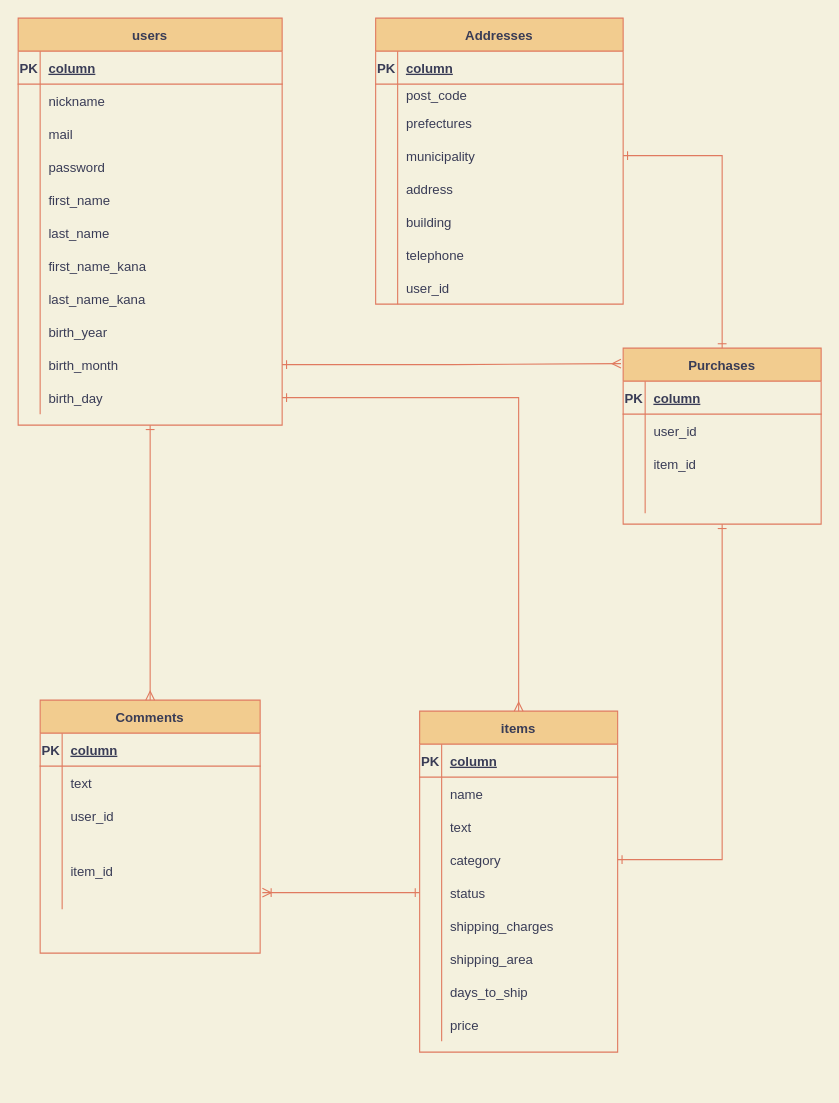
uki-88/furima-35030 keeps this draw.io diagram as .dio. Above is the earlier version. Source tidied: cells renumbered, new cells numbered last; positions are measured from the earlier drawing's top-left corner, leaving out a move shared by most shapes. Both pictures are drawn from the tidied source at 110%, with x=0, y=0 at pixel (18, 18).
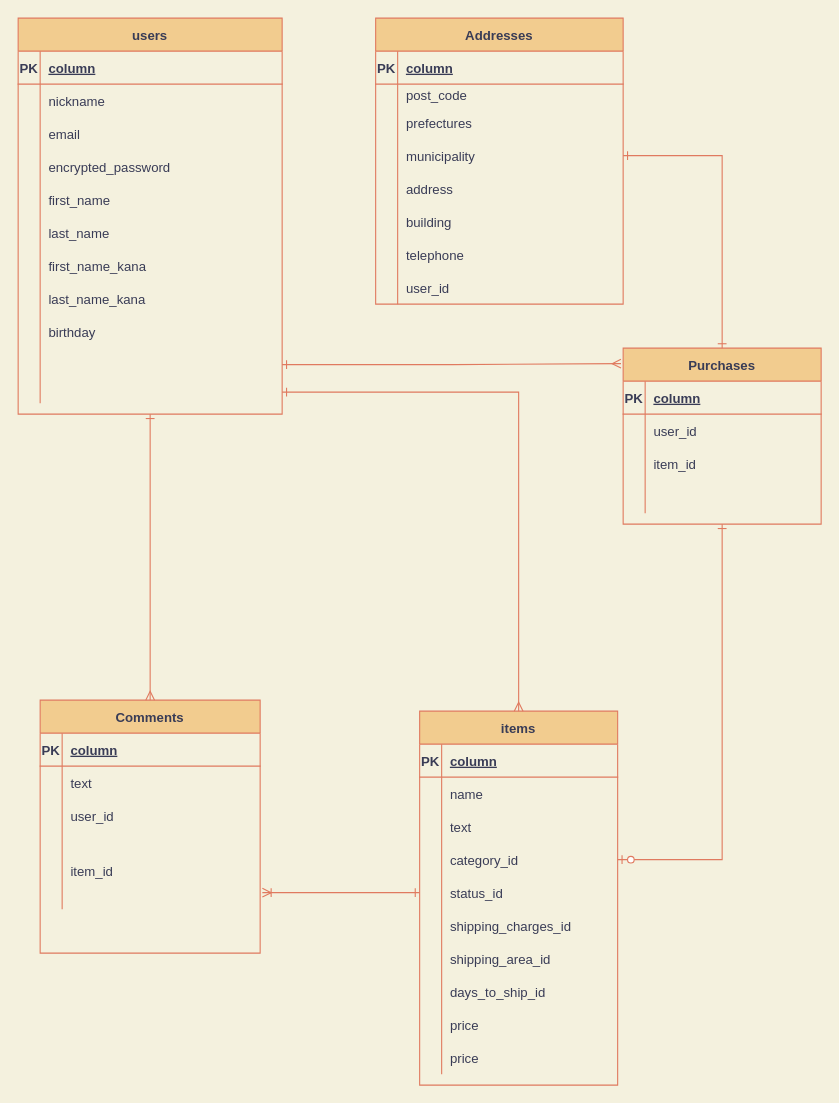
After the change.

Commit message (it also covers changes not shown here):
テーブル設計の修正Part3

Unchanged cells that the change refers to:
```xml
<mxCell id="50" style="shape=partialRectangle;fillColor=none;top=0;left=0;bottom=0;right=0;points=[[0,0.5],[1,0.5]];portConstraint=eastwest;strokeColor=#E07A5F;fontColor=#393C56;" parent="40" vertex="1">
  <mxGeometry y="120" width="180" height="30" as="geometry" />
</mxCell>
<mxCell id="53" style="shape=partialRectangle;fillColor=none;top=0;left=0;bottom=0;right=0;points=[[0,0.5],[1,0.5]];portConstraint=eastwest;strokeColor=#E07A5F;fontColor=#393C56;" parent="40" vertex="1">
  <mxGeometry y="150" width="180" height="30" as="geometry" />
</mxCell>
<mxCell id="56" style="shape=partialRectangle;fillColor=none;top=0;left=0;bottom=0;right=0;strokeColor=#E07A5F;fontColor=#393C56;" parent="40" vertex="1">
  <mxGeometry y="180" width="180" height="30" as="geometry" />
</mxCell>
<mxCell id="59" style="shape=partialRectangle;fillColor=none;top=0;left=0;bottom=0;right=0;strokeColor=#E07A5F;fontColor=#393C56;" parent="40" vertex="1">
  <mxGeometry y="210" width="180" height="30" as="geometry" />
</mxCell>
<mxCell id="62" style="shape=partialRectangle;fillColor=none;top=0;left=0;bottom=0;right=0;strokeColor=#E07A5F;fontColor=#393C56;" parent="40" vertex="1">
  <mxGeometry y="240" width="180" height="30" as="geometry" />
</mxCell>
<mxCell id="76" style="shape=partialRectangle;fillColor=none;top=0;left=0;bottom=0;right=0;strokeColor=#E07A5F;fontColor=#393C56;" parent="69" vertex="1">
  <mxGeometry y="90" width="240" height="30" as="geometry" />
</mxCell>
<mxCell id="79" style="shape=partialRectangle;fillColor=none;top=0;left=0;bottom=0;right=0;strokeColor=#E07A5F;fontColor=#393C56;" parent="69" vertex="1">
  <mxGeometry y="120" width="240" height="30" as="geometry" />
</mxCell>
<mxCell id="94" style="shape=partialRectangle;fillColor=none;top=0;left=0;bottom=0;right=0;strokeColor=#E07A5F;fontColor=#393C56;" parent="69" vertex="1">
  <mxGeometry y="270" width="240" height="30" as="geometry" />
</mxCell>
<mxCell id="97" style="shape=partialRectangle;fillColor=none;top=0;left=0;bottom=0;right=0;points=[[0,0.5],[1,0.5]];portConstraint=eastwest;strokeColor=#E07A5F;fontColor=#393C56;" parent="69" vertex="1">
  <mxGeometry y="300" width="240" height="30" as="geometry" />
</mxCell>
<mxCell id="103" value="Purchases" style="shape=table;startSize=30;childLayout=tableLayout;rowLines=0;fontStyle=1;align=center;fillColor=#F2CC8F;strokeColor=#E07A5F;fontColor=#393C56;" parent="1" vertex="1">
  <mxGeometry x="550" y="300" width="180" height="160" as="geometry" />
</mxCell>
```

What changed in the source:
```diff
@@
     <mxCell id="40" value="items" style="shape=table;startSize=30;childLayout=tableLayout;rowLines=0;fontStyle=1;align=center;fillColor=#F2CC8F;strokeColor=#E07A5F;fontColor=#393C56;" parent="1" vertex="1">
-      <mxGeometry x="365" y="630" width="180" height="310" as="geometry" />
+      <mxGeometry x="365" y="630" width="180" height="340" as="geometry" />
     </mxCell>
@@
-    <mxCell id="52" value="category" style="shape=partialRectangle;fillColor=none;top=0;left=0;bottom=0;right=0;align=left;spacingLeft=6;overflow=hidden;strokeColor=#E07A5F;fontColor=#393C56;" parent="50" vertex="1">
+    <mxCell id="52" value="category_id" style="shape=partialRectangle;fillColor=none;top=0;left=0;bottom=0;right=0;align=left;spacingLeft=6;overflow=hidden;strokeColor=#E07A5F;fontColor=#393C56;" parent="50" vertex="1">
       <mxGeometry x="20" width="160" height="30" as="geometry" />
     </mxCell>
@@
-    <mxCell id="55" value="status" style="shape=partialRectangle;fillColor=none;top=0;left=0;bottom=0;right=0;align=left;spacingLeft=6;overflow=hidden;strokeColor=#E07A5F;fontColor=#393C56;" parent="53" vertex="1">
+    <mxCell id="55" value="status_id" style="shape=partialRectangle;fillColor=none;top=0;left=0;bottom=0;right=0;align=left;spacingLeft=6;overflow=hidden;strokeColor=#E07A5F;fontColor=#393C56;" parent="53" vertex="1">
       <mxGeometry x="20" width="160" height="30" as="geometry" />
     </mxCell>
@@
-    <mxCell id="58" value="shipping_charges" style="shape=partialRectangle;fillColor=none;top=0;left=0;bottom=0;right=0;align=left;spacingLeft=6;overflow=hidden;strokeColor=#E07A5F;fontColor=#393C56;" parent="56" vertex="1">
+    <mxCell id="58" value="shipping_charges_id" style="shape=partialRectangle;fillColor=none;top=0;left=0;bottom=0;right=0;align=left;spacingLeft=6;overflow=hidden;strokeColor=#E07A5F;fontColor=#393C56;" parent="56" vertex="1">
       <mxGeometry x="20" width="160" height="30" as="geometry" />
     </mxCell>
@@
-    <mxCell id="61" value="shipping_area" style="shape=partialRectangle;fillColor=none;top=0;left=0;bottom=0;right=0;align=left;spacingLeft=6;overflow=hidden;strokeColor=#E07A5F;fontColor=#393C56;" parent="59" vertex="1">
+    <mxCell id="61" value="shipping_area_id" style="shape=partialRectangle;fillColor=none;top=0;left=0;bottom=0;right=0;align=left;spacingLeft=6;overflow=hidden;strokeColor=#E07A5F;fontColor=#393C56;" parent="59" vertex="1">
       <mxGeometry x="20" width="160" height="30" as="geometry" />
     </mxCell>
@@
-    <mxCell id="64" value="days_to_ship" style="shape=partialRectangle;fillColor=none;top=0;left=0;bottom=0;right=0;align=left;spacingLeft=6;overflow=hidden;strokeColor=#E07A5F;fontColor=#393C56;" parent="62" vertex="1">
+    <mxCell id="64" value="days_to_ship_id" style="shape=partialRectangle;fillColor=none;top=0;left=0;bottom=0;right=0;align=left;spacingLeft=6;overflow=hidden;strokeColor=#E07A5F;fontColor=#393C56;" parent="62" vertex="1">
       <mxGeometry x="20" width="160" height="30" as="geometry" />
     </mxCell>
@@
+    <mxCell id="121" style="shape=partialRectangle;fillColor=none;top=0;left=0;bottom=0;right=0;strokeColor=#E07A5F;fontColor=#393C56;" parent="40" vertex="1">
+      <mxGeometry y="300" width="180" height="30" as="geometry" />
+    </mxCell>
+    <mxCell id="122" style="shape=partialRectangle;fillColor=none;top=0;left=0;bottom=0;right=0;overflow=hidden;strokeColor=#E07A5F;fontColor=#393C56;" parent="121" vertex="1">
+      <mxGeometry width="20" height="30" as="geometry" />
+    </mxCell>
+    <mxCell id="123" value="price" style="shape=partialRectangle;fillColor=none;top=0;left=0;bottom=0;right=0;align=left;spacingLeft=6;overflow=hidden;strokeColor=#E07A5F;fontColor=#393C56;" parent="121" vertex="1">
+      <mxGeometry x="20" width="160" height="30" as="geometry" />
+    </mxCell>
@@
     <mxCell id="69" value="users" style="shape=table;startSize=30;childLayout=tableLayout;rowLines=0;fontStyle=1;align=center;fillColor=#F2CC8F;strokeColor=#E07A5F;fontColor=#393C56;" parent="1" vertex="1">
-      <mxGeometry width="240" height="370" as="geometry" />
+      <mxGeometry width="240" height="360" as="geometry" />
     </mxCell>
@@
-    <mxCell id="78" value="mail" style="shape=partialRectangle;fillColor=none;top=0;left=0;bottom=0;right=0;align=left;spacingLeft=6;overflow=hidden;strokeColor=#E07A5F;fontColor=#393C56;" parent="76" vertex="1">
+    <mxCell id="78" value="email" style="shape=partialRectangle;fillColor=none;top=0;left=0;bottom=0;right=0;align=left;spacingLeft=6;overflow=hidden;strokeColor=#E07A5F;fontColor=#393C56;" parent="76" vertex="1">
       <mxGeometry x="20" width="220" height="30" as="geometry" />
     </mxCell>
@@
-    <mxCell id="81" value="password" style="shape=partialRectangle;fillColor=none;top=0;left=0;bottom=0;right=0;align=left;spacingLeft=6;overflow=hidden;strokeColor=#E07A5F;fontColor=#393C56;" parent="79" vertex="1">
+    <mxCell id="81" value="encrypted_password" style="shape=partialRectangle;fillColor=none;top=0;left=0;bottom=0;right=0;align=left;spacingLeft=6;overflow=hidden;strokeColor=#E07A5F;fontColor=#393C56;" parent="79" vertex="1">
       <mxGeometry x="20" width="220" height="30" as="geometry" />
     </mxCell>
@@
-    <mxCell id="96" value="birth_year" style="shape=partialRectangle;fillColor=none;top=0;left=0;bottom=0;right=0;align=left;spacingLeft=6;overflow=hidden;strokeColor=#E07A5F;fontColor=#393C56;" parent="94" vertex="1">
+    <mxCell id="96" value="birthday" style="shape=partialRectangle;fillColor=none;top=0;left=0;bottom=0;right=0;align=left;spacingLeft=6;overflow=hidden;strokeColor=#E07A5F;fontColor=#393C56;" parent="94" vertex="1">
       <mxGeometry x="20" width="220" height="30" as="geometry" />
     </mxCell>
@@
-    <mxCell id="99" value="birth_month" style="shape=partialRectangle;fillColor=none;top=0;left=0;bottom=0;right=0;align=left;spacingLeft=6;overflow=hidden;strokeColor=#E07A5F;fontColor=#393C56;" parent="97" vertex="1">
+    <mxCell id="99" style="shape=partialRectangle;fillColor=none;top=0;left=0;bottom=0;right=0;align=left;spacingLeft=6;overflow=hidden;strokeColor=#E07A5F;fontColor=#393C56;" parent="97" vertex="1">
       <mxGeometry x="20" width="220" height="30" as="geometry" />
     </mxCell>
     <mxCell id="100" style="shape=partialRectangle;fillColor=none;top=0;left=0;bottom=0;right=0;points=[[0,0.5],[1,0.5]];portConstraint=eastwest;strokeColor=#E07A5F;fontColor=#393C56;" parent="69" vertex="1">
-      <mxGeometry y="330" width="240" height="30" as="geometry" />
+      <mxGeometry y="330" width="240" height="20" as="geometry" />
     </mxCell>
     <mxCell id="101" style="shape=partialRectangle;fillColor=none;top=0;left=0;bottom=0;right=0;overflow=hidden;strokeColor=#E07A5F;fontColor=#393C56;" parent="100" vertex="1">
-      <mxGeometry width="20" height="30" as="geometry" />
+      <mxGeometry width="20" height="20" as="geometry" />
     </mxCell>
-    <mxCell id="102" value="birth_day" style="shape=partialRectangle;fillColor=none;top=0;left=0;bottom=0;right=0;align=left;spacingLeft=6;overflow=hidden;strokeColor=#E07A5F;fontColor=#393C56;" parent="100" vertex="1">
-      <mxGeometry x="20" width="220" height="30" as="geometry" />
+    <mxCell id="102" style="shape=partialRectangle;fillColor=none;top=0;left=0;bottom=0;right=0;align=left;spacingLeft=6;overflow=hidden;strokeColor=#E07A5F;fontColor=#393C56;" parent="100" vertex="1">
+      <mxGeometry x="20" width="220" height="20" as="geometry" />
     </mxCell>
@@
-    <mxCell id="116" style="edgeStyle=orthogonalEdgeStyle;rounded=0;jettySize=auto;html=1;exitX=1;exitY=0.5;exitDx=0;exitDy=0;startArrow=ERone;startFill=0;endArrow=ERone;endFill=0;entryX=0.5;entryY=1;entryDx=0;entryDy=0;labelBackgroundColor=#F4F1DE;strokeColor=#E07A5F;fontColor=#393C56;" parent="1" edge="1" source="50" target="103">
+    <mxCell id="116" style="edgeStyle=orthogonalEdgeStyle;rounded=0;jettySize=auto;html=1;exitX=1;exitY=0.5;exitDx=0;exitDy=0;startArrow=ERzeroToOne;startFill=1;endArrow=ERone;endFill=0;entryX=0.5;entryY=1;entryDx=0;entryDy=0;labelBackgroundColor=#F4F1DE;strokeColor=#E07A5F;fontColor=#393C56;" parent="1" edge="1" source="50" target="103">
       <mxGeometry relative="1" as="geometry">
         <Array as="points">
           <mxPoint x="640" y="765" />
         </Array>
       </mxGeometry>
     </mxCell>
```
